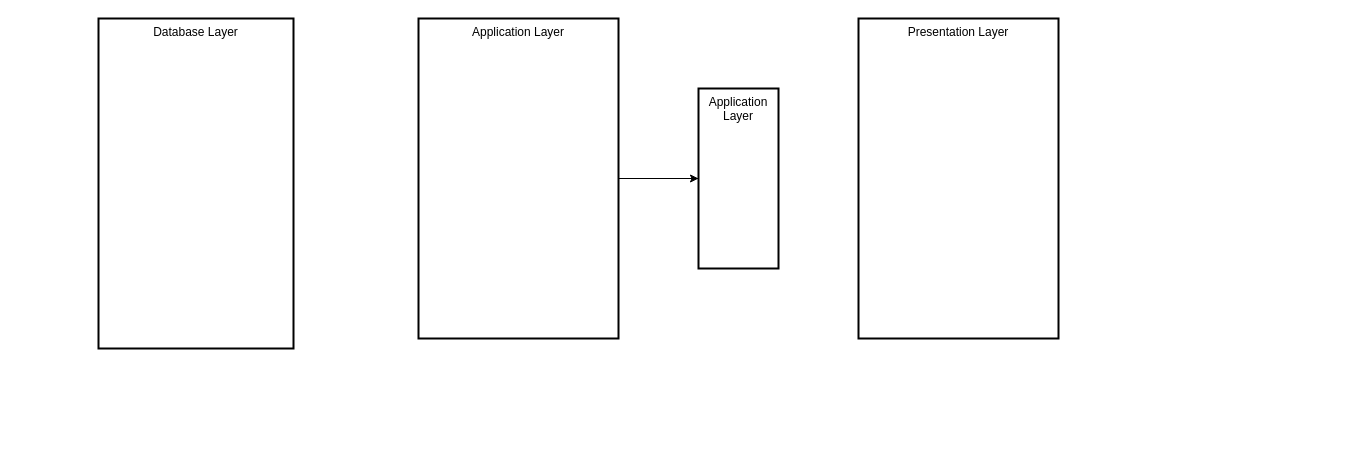
TheDemantor/drwa.io keeps this draw.io diagram as Untitled Diagram.drawio. Above is the earlier version. Source tidied: cells renumbered, new cells numbered last; positions are measured from the earlier drawing's top-left corner, leaving out a move shared by most shapes. Both pictures are drawn from the tidied source at 100%, with x=0, y=0 at pixel (98, 18).
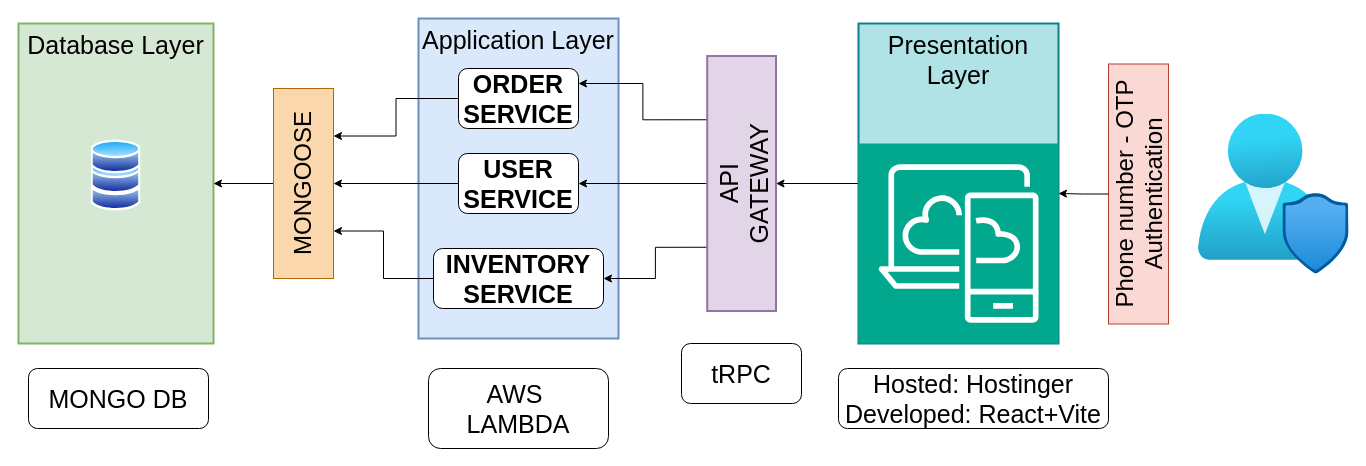
After the change.

Diff of the diagram source:
```diff
@@
-    <mxCell id="2" value="Database Layer" style="whiteSpace=wrap;strokeWidth=2;verticalAlign=top;" parent="1" vertex="1">
-      <mxGeometry width="195" height="330" as="geometry" />
+    <mxCell id="2" value="Database Layer" style="whiteSpace=wrap;strokeWidth=2;verticalAlign=top;fillColor=#d5e8d4;strokeColor=#82b366;fontSize=25;" parent="1" vertex="1">
+      <mxGeometry x="-80" y="5" width="195" height="320" as="geometry" />
     </mxCell>
-    <mxCell id="3" style="edgeStyle=orthogonalEdgeStyle;rounded=0;jettySize=auto;html=1;" parent="1" edge="1" source="5">
-      <mxGeometry relative="1" as="geometry">
-        <mxPoint x="640" y="160" as="targetPoint" />
-      </mxGeometry>
-    </mxCell>
-    <mxCell id="4" style="edgeStyle=orthogonalEdgeStyle;rounded=0;jettySize=auto;html=1;" parent="1" edge="1" source="5" target="7">
-      <mxGeometry relative="1" as="geometry" />
-    </mxCell>
-    <mxCell id="5" value="Application Layer" style="whiteSpace=wrap;strokeWidth=2;verticalAlign=top;" parent="1" vertex="1">
+    <mxCell id="5" value="Application Layer" style="whiteSpace=wrap;strokeWidth=2;verticalAlign=top;fillColor=#dae8fc;strokeColor=#6c8ebf;fontSize=25;" parent="1" vertex="1">
       <mxGeometry x="320" width="200" height="320" as="geometry" />
     </mxCell>
+    <mxCell id="8" style="edgeStyle=orthogonalEdgeStyle;rounded=0;jettySize=auto;html=1;exitX=0;exitY=0.5;exitDx=0;exitDy=0;entryX=0.5;entryY=1;entryDx=0;entryDy=0;fontSize=25;" parent="1" edge="1" source="6" target="7">
+      <mxGeometry relative="1" as="geometry" />
+    </mxCell>
-    <mxCell id="6" value="Presentation Layer" style="whiteSpace=wrap;strokeWidth=2;verticalAlign=top;" parent="1" vertex="1">
-      <mxGeometry x="760" width="200" height="320" as="geometry" />
+    <mxCell id="6" value="Presentation Layer&#10;&#10;&#10;&#10;&#10;&#10;&#10;&#10;" style="whiteSpace=wrap;strokeWidth=2;verticalAlign=top;fillColor=#b0e3e6;strokeColor=#0e8088;fontSize=25;" parent="1" vertex="1">
+      <mxGeometry x="760" y="5" width="200" height="320" as="geometry" />
     </mxCell>
+    <mxCell id="9" style="edgeStyle=orthogonalEdgeStyle;rounded=0;jettySize=auto;html=1;exitX=0.75;exitY=0;exitDx=0;exitDy=0;entryX=1;entryY=0.25;entryDx=0;entryDy=0;fontSize=25;" parent="1" edge="1" source="7" target="13">
+      <mxGeometry relative="1" as="geometry" />
+    </mxCell>
+    <mxCell id="10" style="edgeStyle=orthogonalEdgeStyle;rounded=0;jettySize=auto;html=1;exitX=0.25;exitY=0;exitDx=0;exitDy=0;entryX=1;entryY=0.5;entryDx=0;entryDy=0;fontSize=25;" parent="1" edge="1" source="7" target="17">
+      <mxGeometry relative="1" as="geometry" />
+    </mxCell>
+    <mxCell id="11" style="edgeStyle=orthogonalEdgeStyle;rounded=0;jettySize=auto;html=1;exitX=0.5;exitY=0;exitDx=0;exitDy=0;entryX=1;entryY=0.5;entryDx=0;entryDy=0;fontSize=25;" parent="1" edge="1" source="7" target="15">
+      <mxGeometry relative="1" as="geometry" />
+    </mxCell>
-    <mxCell id="7" value="Application Layer" style="whiteSpace=wrap;strokeWidth=2;verticalAlign=top;" parent="1" vertex="1">
-      <mxGeometry x="600" y="70" width="80" height="180" as="geometry" />
+    <mxCell id="7" value="API&#10;GATEWAY" style="whiteSpace=wrap;strokeWidth=2;verticalAlign=top;rotation=-90;fillColor=#e1d5e7;strokeColor=#9673a6;fontSize=25;" parent="1" vertex="1">
+      <mxGeometry x="515.6" y="130.6" width="255" height="68.8" as="geometry" />
     </mxCell>
+    <mxCell id="12" style="edgeStyle=orthogonalEdgeStyle;rounded=0;jettySize=auto;html=1;exitX=0;exitY=0.5;exitDx=0;exitDy=0;entryX=0.75;entryY=1;entryDx=0;entryDy=0;" parent="1" edge="1" source="13" target="28">
+      <mxGeometry relative="1" as="geometry" />
+    </mxCell>
+    <mxCell id="13" value="&lt;b style=&quot;font-size: 25px;&quot;&gt;ORDER&lt;/b&gt;&lt;div style=&quot;font-size: 25px;&quot;&gt;&lt;b style=&quot;font-size: 25px;&quot;&gt;SERVICE&lt;/b&gt;&lt;/div&gt;" style="rounded=1;whiteSpace=wrap;html=1;fontSize=25;" parent="1" vertex="1">
+      <mxGeometry x="360" y="50" width="120" height="60" as="geometry" />
+    </mxCell>
+    <mxCell id="14" style="edgeStyle=orthogonalEdgeStyle;rounded=0;jettySize=auto;html=1;exitX=0;exitY=0.5;exitDx=0;exitDy=0;entryX=0.5;entryY=1;entryDx=0;entryDy=0;" parent="1" edge="1" source="15" target="28">
+      <mxGeometry relative="1" as="geometry" />
+    </mxCell>
+    <mxCell id="15" value="&lt;b style=&quot;font-size: 25px;&quot;&gt;USER&lt;/b&gt;&lt;div style=&quot;font-size: 25px;&quot;&gt;&lt;b style=&quot;font-size: 25px;&quot;&gt;SERVICE&lt;/b&gt;&lt;/div&gt;" style="rounded=1;whiteSpace=wrap;html=1;fontSize=25;" parent="1" vertex="1">
+      <mxGeometry x="360" y="135" width="120" height="60" as="geometry" />
+    </mxCell>
+    <mxCell id="16" style="edgeStyle=orthogonalEdgeStyle;rounded=0;jettySize=auto;html=1;exitX=0;exitY=0.5;exitDx=0;exitDy=0;entryX=0.25;entryY=1;entryDx=0;entryDy=0;" parent="1" edge="1" source="17" target="28">
+      <mxGeometry relative="1" as="geometry" />
+    </mxCell>
+    <mxCell id="17" value="&lt;font style=&quot;font-size: 25px;&quot;&gt;&lt;font face=&quot;Arial, sans-serif&quot; style=&quot;font-size: 25px;&quot;&gt;&lt;span style=&quot;white-space-collapse: preserve; font-size: 25px;&quot;&gt;&lt;b style=&quot;font-size: 25px;&quot;&gt;INVENTORY&lt;/b&gt;&lt;/span&gt;&lt;/font&gt;&lt;br style=&quot;font-size: 25px;&quot;&gt;&lt;/font&gt;&lt;div style=&quot;font-size: 25px;&quot;&gt;&lt;span style=&quot;font-size: 25px;&quot;&gt;&lt;span style=&quot;font-family: Arial, sans-serif; background-color: transparent; font-weight: 700; font-variant-numeric: normal; font-variant-east-asian: normal; font-variant-alternates: normal; font-variant-position: normal; vertical-align: baseline; white-space-collapse: preserve; font-size: 25px;&quot;&gt;&lt;font style=&quot;font-size: 25px;&quot;&gt;SERVICE&lt;/font&gt;&lt;/span&gt;&lt;/span&gt;&lt;/div&gt;" style="rounded=1;whiteSpace=wrap;html=1;fontSize=25;" parent="1" vertex="1">
+      <mxGeometry x="335" y="230" width="170" height="60" as="geometry" />
+    </mxCell>
+    <mxCell id="18" style="edgeStyle=orthogonalEdgeStyle;rounded=0;jettySize=auto;html=1;fontSize=25;" parent="1" edge="1" source="19" target="21">
+      <mxGeometry relative="1" as="geometry" />
+    </mxCell>
+    <mxCell id="19" style="image;perimeter=ellipsePerimeter;html=1;align=center;shadow=0;dashed=0;spacingTop=3;image=img/lib/active_directory/database.svg;fontSize=25;" parent="1" vertex="1">
+      <mxGeometry x="-7.5" y="157" width="50" height="37" as="geometry" />
+    </mxCell>
+    <mxCell id="20" style="image;perimeter=ellipsePerimeter;html=1;align=center;shadow=0;dashed=0;spacingTop=3;image=img/lib/active_directory/database.svg;fontSize=25;" parent="1" vertex="1">
+      <mxGeometry x="-7.5" y="140" width="50" height="37" as="geometry" />
+    </mxCell>
+    <mxCell id="21" style="image;perimeter=ellipsePerimeter;html=1;align=center;shadow=0;dashed=0;spacingTop=3;image=img/lib/active_directory/database.svg;fontSize=25;" parent="1" vertex="1">
+      <mxGeometry x="-7.5" y="120" width="50" height="37" as="geometry" />
+    </mxCell>
+    <mxCell id="22" value="MONGO DB" style="rounded=1;whiteSpace=wrap;html=1;fontSize=25;" parent="1" vertex="1">
+      <mxGeometry x="-70" y="350" width="180" height="60" as="geometry" />
+    </mxCell>
+    <mxCell id="23" value="AWS&amp;nbsp;&lt;div style=&quot;font-size: 25px;&quot;&gt;LAMBDA&lt;/div&gt;" style="rounded=1;whiteSpace=wrap;html=1;fontSize=25;" parent="1" vertex="1">
+      <mxGeometry x="330" y="350" width="180" height="80" as="geometry" />
+    </mxCell>
+    <mxCell id="24" value="tRPC" style="rounded=1;whiteSpace=wrap;html=1;fontSize=25;" parent="1" vertex="1">
+      <mxGeometry x="583" y="325" width="120" height="60" as="geometry" />
+    </mxCell>
+    <mxCell id="25" value="Hosted: Hostinger&lt;div style=&quot;font-size: 25px;&quot;&gt;Developed: React+Vite&lt;/div&gt;" style="rounded=1;whiteSpace=wrap;html=1;fontSize=25;" parent="1" vertex="1">
+      <mxGeometry x="740" y="350" width="270" height="60" as="geometry" />
+    </mxCell>
+    <mxCell id="26" style="image;html=1;align=center;fontSize=12;image=img/lib/azure2/management_governance/User_Privacy.svg;" parent="1" vertex="1">
+      <mxGeometry x="1100" y="95.5" width="150.6" height="160" as="geometry" />
+    </mxCell>
+    <mxCell id="27" style="edgeStyle=orthogonalEdgeStyle;rounded=0;jettySize=auto;html=1;exitX=0.5;exitY=0;exitDx=0;exitDy=0;entryX=1;entryY=0.5;entryDx=0;entryDy=0;" parent="1" edge="1" source="28" target="2">
+      <mxGeometry relative="1" as="geometry" />
+    </mxCell>
+    <mxCell id="28" value="&lt;span style=&quot;font-size: 24px;&quot;&gt;MONGOOSE&lt;/span&gt;" style="rounded=0;whiteSpace=wrap;html=1;rotation=-90;fillColor=#fad7ac;strokeColor=#b46504;" parent="1" vertex="1">
+      <mxGeometry x="110" y="135" width="190" height="60" as="geometry" />
+    </mxCell>
+    <mxCell id="29" style="sketch=0;points=[[0,0,0],[0.25,0,0],[0.5,0,0],[0.75,0,0],[1,0,0],[0,1,0],[0.25,1,0],[0.5,1,0],[0.75,1,0],[1,1,0],[0,0.25,0],[0,0.5,0],[0,0.75,0],[1,0.25,0],[1,0.5,0],[1,0.75,0]];outlineConnect=0;fontColor=#232F3E;fillColor=#01A88D;strokeColor=#ffffff;dashed=0;verticalLabelPosition=bottom;verticalAlign=top;align=center;html=1;fontSize=12;fontStyle=0;shape=mxgraph.aws4.resourceIcon;resIcon=mxgraph.aws4.desktop_and_app_streaming;" parent="1" vertex="1">
+      <mxGeometry x="760" y="125" width="200" height="200" as="geometry" />
+    </mxCell>
+    <mxCell id="30" value="&lt;span style=&quot;font-size: 24px;&quot;&gt;Phone number - OTP Authentication&lt;/span&gt;" style="rounded=0;whiteSpace=wrap;html=1;rotation=-90;fillColor=#fad9d5;strokeColor=#ae4132;" parent="1" vertex="1">
+      <mxGeometry x="910" y="145.5" width="260" height="60" as="geometry" />
+    </mxCell>
+    <mxCell id="31" style="edgeStyle=orthogonalEdgeStyle;rounded=0;jettySize=auto;html=1;exitX=0.5;exitY=0;exitDx=0;exitDy=0;entryX=1;entryY=0.25;entryDx=0;entryDy=0;entryPerimeter=0;" parent="1" edge="1" source="30" target="29">
+      <mxGeometry relative="1" as="geometry" />
+    </mxCell>
```
